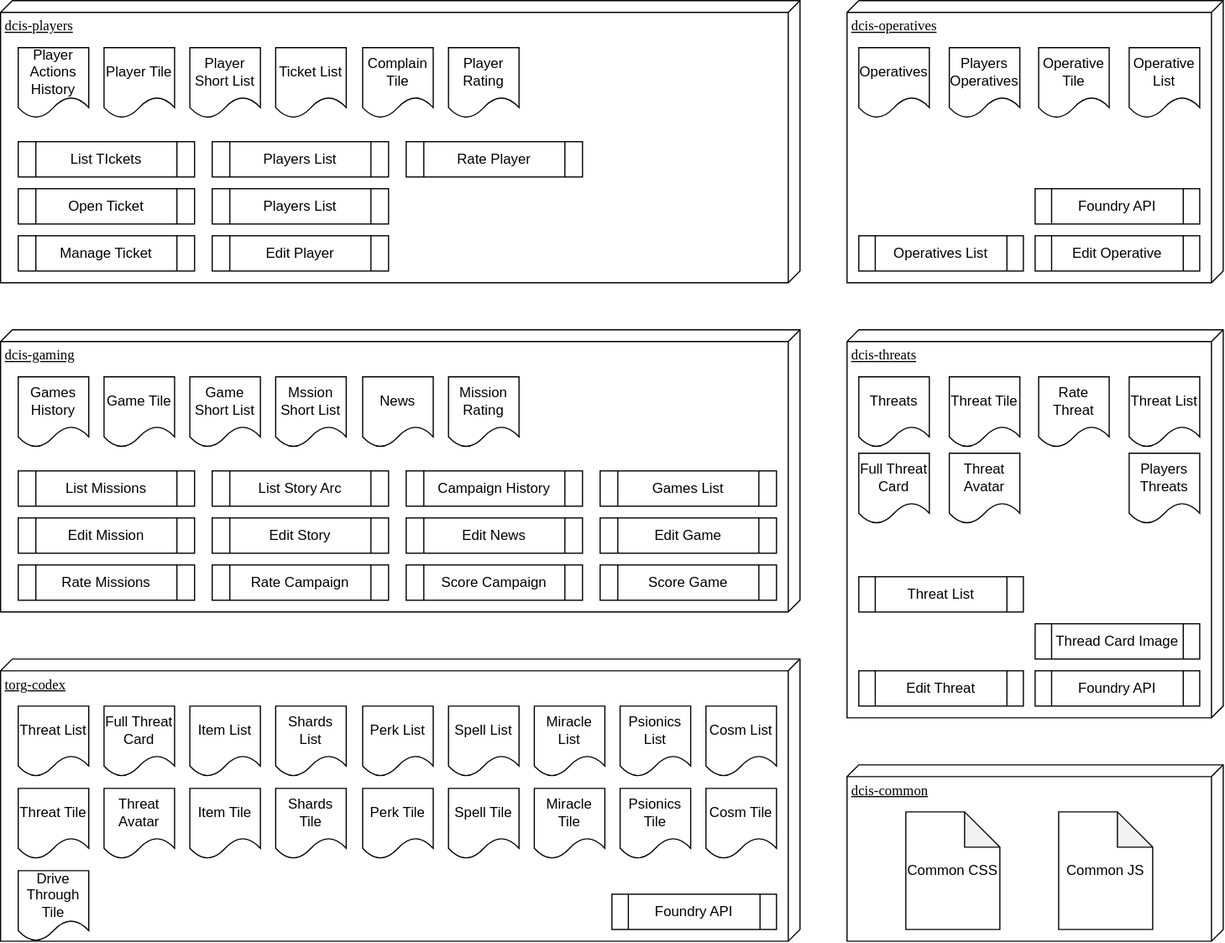
Paladins-Inn/torganized-play-architecture keeps this draw.io diagram as src/main/docs/images/dcis-overview.drawio.svg. Above is the earlier version. Source tidied: cells renumbered, new cells last; positions are measured from the earlier drawing's top-left corner, leaving out a move shared by most shapes.
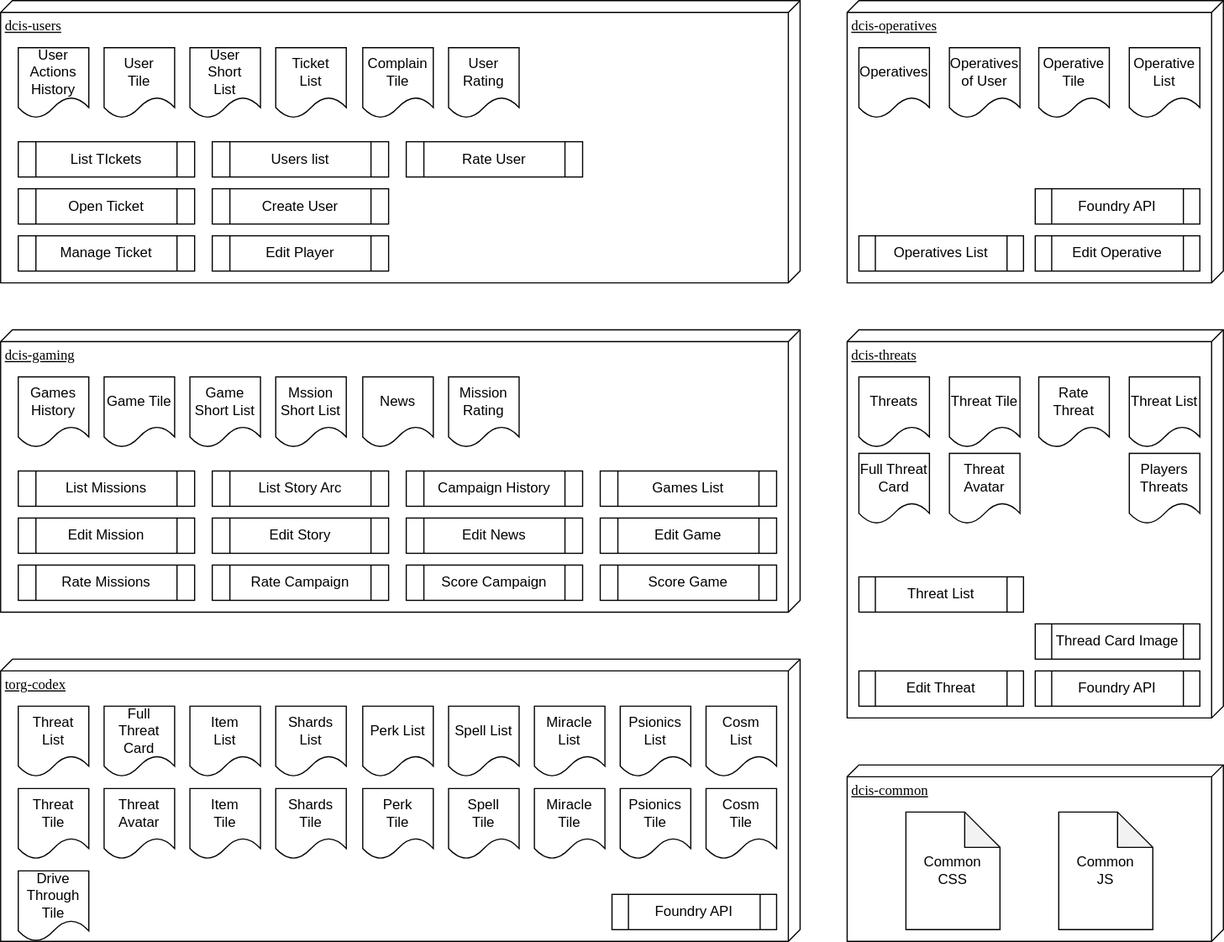
Above is the later version.

Diff of the diagram source:
```diff
@@ -5,7 +5,7 @@
     <mxCell id="2" value="dcis-common" style="verticalAlign=top;align=left;spacingTop=8;spacingLeft=2;spacingRight=12;shape=cube;size=10;direction=south;fontStyle=4;html=1;rounded=0;shadow=0;comic=0;labelBackgroundColor=none;strokeWidth=1;fontFamily=Verdana;fontSize=12;" parent="1" vertex="1">
       <mxGeometry x="720" y="650" width="320" height="150" as="geometry" />
     </mxCell>
-    <mxCell id="3" value="dcis-players" style="verticalAlign=top;align=left;spacingTop=8;spacingLeft=2;spacingRight=12;shape=cube;size=10;direction=south;fontStyle=4;html=1;rounded=0;shadow=0;comic=0;labelBackgroundColor=none;strokeWidth=1;fontFamily=Verdana;fontSize=12;" parent="1" vertex="1">
+    <mxCell id="3" value="dcis-users" style="verticalAlign=top;align=left;spacingTop=8;spacingLeft=2;spacingRight=12;shape=cube;size=10;direction=south;fontStyle=4;html=1;rounded=0;shadow=0;comic=0;labelBackgroundColor=none;strokeWidth=1;fontFamily=Verdana;fontSize=12;" parent="1" vertex="1">
       <mxGeometry width="680" height="240" as="geometry" />
     </mxCell>
     <mxCell id="4" value="dcis-operatives" style="verticalAlign=top;align=left;spacingTop=8;spacingLeft=2;spacingRight=12;shape=cube;size=10;direction=south;fontStyle=4;html=1;rounded=0;shadow=0;comic=0;labelBackgroundColor=none;strokeWidth=1;fontFamily=Verdana;fontSize=12;" parent="1" vertex="1">
@@ -20,34 +20,34 @@
     <mxCell id="7" value="&lt;div&gt;dcis-threats&lt;/div&gt;&lt;div&gt;&lt;br&gt;&lt;/div&gt;" style="verticalAlign=top;align=left;spacingTop=8;spacingLeft=2;spacingRight=12;shape=cube;size=10;direction=south;fontStyle=4;html=1;rounded=0;shadow=0;comic=0;labelBackgroundColor=none;strokeWidth=1;fontFamily=Verdana;fontSize=12;" parent="1" vertex="1">
       <mxGeometry x="720" y="280" width="320" height="330" as="geometry" />
     </mxCell>
-    <mxCell id="8" value="Common CSS" style="shape=note;whiteSpace=wrap;html=1;backgroundOutline=1;darkOpacity=0.05;" parent="1" vertex="1">
+    <mxCell id="8" value="Common&lt;div&gt;CSS&lt;/div&gt;" style="shape=note;whiteSpace=wrap;html=1;backgroundOutline=1;darkOpacity=0.05;" parent="1" vertex="1">
       <mxGeometry x="770" y="690" width="80" height="100" as="geometry" />
     </mxCell>
-    <mxCell id="9" value="Common JS" style="shape=note;whiteSpace=wrap;html=1;backgroundOutline=1;darkOpacity=0.05;" parent="1" vertex="1">
+    <mxCell id="9" value="Common&lt;div&gt;JS&lt;/div&gt;" style="shape=note;whiteSpace=wrap;html=1;backgroundOutline=1;darkOpacity=0.05;" parent="1" vertex="1">
       <mxGeometry x="900" y="690" width="80" height="100" as="geometry" />
     </mxCell>
-    <mxCell id="10" value="Player Actions History" style="shape=document;whiteSpace=wrap;html=1;boundedLbl=1;" parent="1" vertex="1">
+    <mxCell id="10" value="User Actions History" style="shape=document;whiteSpace=wrap;html=1;boundedLbl=1;" parent="1" vertex="1">
       <mxGeometry x="15" y="40" width="60" height="60" as="geometry" />
     </mxCell>
     <mxCell id="11" value="Operatives" style="shape=document;whiteSpace=wrap;html=1;boundedLbl=1;" parent="1" vertex="1">
       <mxGeometry x="730" y="40" width="60" height="60" as="geometry" />
     </mxCell>
-    <mxCell id="12" value="Players&lt;br&gt;Operatives" style="shape=document;whiteSpace=wrap;html=1;boundedLbl=1;" parent="1" vertex="1">
+    <mxCell id="12" value="Operatives&lt;div&gt;of User&lt;/div&gt;" style="shape=document;whiteSpace=wrap;html=1;boundedLbl=1;" parent="1" vertex="1">
       <mxGeometry x="807" y="40" width="60" height="60" as="geometry" />
     </mxCell>
-    <mxCell id="13" value="Operative Tile" style="shape=document;whiteSpace=wrap;html=1;boundedLbl=1;" parent="1" vertex="1">
+    <mxCell id="13" value="Operative&lt;div&gt;Tile&lt;/div&gt;" style="shape=document;whiteSpace=wrap;html=1;boundedLbl=1;" parent="1" vertex="1">
       <mxGeometry x="883" y="40" width="60" height="60" as="geometry" />
     </mxCell>
-    <mxCell id="14" value="Operative List" style="shape=document;whiteSpace=wrap;html=1;boundedLbl=1;" parent="1" vertex="1">
+    <mxCell id="14" value="Operative&lt;div&gt;List&lt;/div&gt;" style="shape=document;whiteSpace=wrap;html=1;boundedLbl=1;" parent="1" vertex="1">
       <mxGeometry x="960" y="40" width="60" height="60" as="geometry" />
     </mxCell>
-    <mxCell id="15" value="Player Tile" style="shape=document;whiteSpace=wrap;html=1;boundedLbl=1;" parent="1" vertex="1">
+    <mxCell id="15" value="User&lt;div&gt;Tile&lt;/div&gt;" style="shape=document;whiteSpace=wrap;html=1;boundedLbl=1;" parent="1" vertex="1">
       <mxGeometry x="88" y="40" width="60" height="60" as="geometry" />
     </mxCell>
-    <mxCell id="16" value="Player Short List" style="shape=document;whiteSpace=wrap;html=1;boundedLbl=1;" parent="1" vertex="1">
+    <mxCell id="16" value="User&lt;div&gt;&lt;span style=&quot;background-color: initial;&quot;&gt;Short&lt;/span&gt;&lt;/div&gt;&lt;div&gt;&lt;span style=&quot;background-color: initial;&quot;&gt;List&lt;/span&gt;&lt;/div&gt;" style="shape=document;whiteSpace=wrap;html=1;boundedLbl=1;" parent="1" vertex="1">
       <mxGeometry x="161" y="40" width="60" height="60" as="geometry" />
     </mxCell>
-    <mxCell id="17" value="Players List" style="shape=process;whiteSpace=wrap;html=1;backgroundOutline=1;" parent="1" vertex="1">
+    <mxCell id="17" value="Users list" style="shape=process;whiteSpace=wrap;html=1;backgroundOutline=1;" parent="1" vertex="1">
       <mxGeometry x="180" y="120" width="150" height="30" as="geometry" />
     </mxCell>
     <mxCell id="18" value="Operatives List" style="shape=process;whiteSpace=wrap;html=1;backgroundOutline=1;" parent="1" vertex="1">
@@ -110,7 +110,7 @@
     <mxCell id="37" value="Foundry API" style="shape=process;whiteSpace=wrap;html=1;backgroundOutline=1;" parent="1" vertex="1">
       <mxGeometry x="880" y="160" width="140" height="30" as="geometry" />
     </mxCell>
-    <mxCell id="38" value="Ticket List" style="shape=document;whiteSpace=wrap;html=1;boundedLbl=1;" parent="1" vertex="1">
+    <mxCell id="38" value="Ticket&lt;div&gt;List&lt;/div&gt;" style="shape=document;whiteSpace=wrap;html=1;boundedLbl=1;" parent="1" vertex="1">
       <mxGeometry x="234" y="40" width="60" height="60" as="geometry" />
     </mxCell>
     <mxCell id="39" value="Open Ticket&lt;span style=&quot;color: rgba(0, 0, 0, 0); font-family: monospace; font-size: 0px; text-align: start; text-wrap: nowrap;&quot;&gt;%3CmxGraphModel%3E%3Croot%3E%3CmxCell%20id%3D%220%22%2F%3E%3CmxCell%20id%3D%221%22%20parent%3D%220%22%2F%3E%3CmxCell%20id%3D%222%22%20value%3D%22Players%20List%22%20style%3D%22shape%3Dprocess%3BwhiteSpace%3Dwrap%3Bhtml%3D1%3BbackgroundOutline%3D1%3B%22%20vertex%3D%221%22%20parent%3D%221%22%3E%3CmxGeometry%20x%3D%22410%22%20y%3D%22240%22%20width%3D%22140%22%20height%3D%2230%22%20as%3D%22geometry%22%2F%3E%3C%2FmxCell%3E%3C%2Froot%3E%3C%2FmxGraphModel%3E&lt;/span&gt;" style="shape=process;whiteSpace=wrap;html=1;backgroundOutline=1;" parent="1" vertex="1">
@@ -146,16 +146,16 @@
     <mxCell id="49" value="Foundry API" style="shape=process;whiteSpace=wrap;html=1;backgroundOutline=1;" parent="1" vertex="1">
       <mxGeometry x="880" y="570" width="140" height="30" as="geometry" />
     </mxCell>
-    <mxCell id="50" value="Complain Tile" style="shape=document;whiteSpace=wrap;html=1;boundedLbl=1;" parent="1" vertex="1">
+    <mxCell id="50" value="Complain&lt;div&gt;Tile&lt;/div&gt;" style="shape=document;whiteSpace=wrap;html=1;boundedLbl=1;" parent="1" vertex="1">
       <mxGeometry x="308" y="40" width="60" height="60" as="geometry" />
     </mxCell>
     <mxCell id="51" value="List TIckets" style="shape=process;whiteSpace=wrap;html=1;backgroundOutline=1;" parent="1" vertex="1">
       <mxGeometry x="15" y="120" width="150" height="30" as="geometry" />
     </mxCell>
-    <mxCell id="52" value="Player Rating" style="shape=document;whiteSpace=wrap;html=1;boundedLbl=1;" parent="1" vertex="1">
+    <mxCell id="52" value="User&lt;div&gt;Rating&lt;/div&gt;" style="shape=document;whiteSpace=wrap;html=1;boundedLbl=1;" parent="1" vertex="1">
       <mxGeometry x="381" y="40" width="60" height="60" as="geometry" />
     </mxCell>
-    <mxCell id="53" value="Players List" style="shape=process;whiteSpace=wrap;html=1;backgroundOutline=1;" parent="1" vertex="1">
+    <mxCell id="53" value="Create User" style="shape=process;whiteSpace=wrap;html=1;backgroundOutline=1;" parent="1" vertex="1">
       <mxGeometry x="180" y="160" width="150" height="30" as="geometry" />
     </mxCell>
     <mxCell id="54" style="edgeStyle=orthogonalEdgeStyle;rounded=0;orthogonalLoop=1;jettySize=auto;html=1;exitX=0.5;exitY=1;exitDx=0;exitDy=0;" parent="1" edge="1" source="19" target="19">
@@ -164,67 +164,67 @@
     <mxCell id="55" value="Mission Rating" style="shape=document;whiteSpace=wrap;html=1;boundedLbl=1;" parent="1" vertex="1">
       <mxGeometry x="381" y="320" width="60" height="60" as="geometry" />
     </mxCell>
-    <mxCell id="56" value="Rate Player" style="shape=process;whiteSpace=wrap;html=1;backgroundOutline=1;" parent="1" vertex="1">
+    <mxCell id="56" value="Rate User" style="shape=process;whiteSpace=wrap;html=1;backgroundOutline=1;" parent="1" vertex="1">
       <mxGeometry x="345" y="120" width="150" height="30" as="geometry" />
     </mxCell>
     <mxCell id="57" value="Score Campaign" style="shape=process;whiteSpace=wrap;html=1;backgroundOutline=1;" parent="1" vertex="1">
       <mxGeometry x="345" y="480" width="150" height="30" as="geometry" />
     </mxCell>
-    <mxCell id="58" value="Threat Tile" style="shape=document;whiteSpace=wrap;html=1;boundedLbl=1;" parent="1" vertex="1">
+    <mxCell id="58" value="Threat&lt;div&gt;Tile&lt;/div&gt;" style="shape=document;whiteSpace=wrap;html=1;boundedLbl=1;" parent="1" vertex="1">
       <mxGeometry x="15" y="670" width="60" height="60" as="geometry" />
     </mxCell>
-    <mxCell id="59" value="Threat List" style="shape=document;whiteSpace=wrap;html=1;boundedLbl=1;" parent="1" vertex="1">
+    <mxCell id="59" value="Threat&lt;div&gt;List&lt;/div&gt;" style="shape=document;whiteSpace=wrap;html=1;boundedLbl=1;" parent="1" vertex="1">
       <mxGeometry x="15" y="600" width="60" height="60" as="geometry" />
     </mxCell>
-    <mxCell id="60" value="Full Threat Card" style="shape=document;whiteSpace=wrap;html=1;boundedLbl=1;" parent="1" vertex="1">
+    <mxCell id="60" value="Full&lt;div&gt;Threat&lt;/div&gt;&lt;div&gt;Card&lt;/div&gt;" style="shape=document;whiteSpace=wrap;html=1;boundedLbl=1;" parent="1" vertex="1">
       <mxGeometry x="88" y="600" width="60" height="60" as="geometry" />
     </mxCell>
-    <mxCell id="61" value="Threat Avatar" style="shape=document;whiteSpace=wrap;html=1;boundedLbl=1;" parent="1" vertex="1">
+    <mxCell id="61" value="Threat&lt;div&gt;Avatar&lt;/div&gt;" style="shape=document;whiteSpace=wrap;html=1;boundedLbl=1;" parent="1" vertex="1">
       <mxGeometry x="88" y="670" width="60" height="60" as="geometry" />
     </mxCell>
-    <mxCell id="62" value="Item Tile" style="shape=document;whiteSpace=wrap;html=1;boundedLbl=1;" parent="1" vertex="1">
+    <mxCell id="62" value="Item&lt;div&gt;Tile&lt;/div&gt;" style="shape=document;whiteSpace=wrap;html=1;boundedLbl=1;" parent="1" vertex="1">
       <mxGeometry x="161" y="670" width="60" height="60" as="geometry" />
     </mxCell>
-    <mxCell id="63" value="Item List" style="shape=document;whiteSpace=wrap;html=1;boundedLbl=1;" parent="1" vertex="1">
+    <mxCell id="63" value="Item&lt;div&gt;List&lt;/div&gt;" style="shape=document;whiteSpace=wrap;html=1;boundedLbl=1;" parent="1" vertex="1">
       <mxGeometry x="161" y="600" width="60" height="60" as="geometry" />
     </mxCell>
     <mxCell id="64" value="Spell List" style="shape=document;whiteSpace=wrap;html=1;boundedLbl=1;" parent="1" vertex="1">
       <mxGeometry x="381" y="600" width="60" height="60" as="geometry" />
     </mxCell>
-    <mxCell id="65" value="Spell Tile" style="shape=document;whiteSpace=wrap;html=1;boundedLbl=1;" parent="1" vertex="1">
+    <mxCell id="65" value="Spell&lt;div&gt;Tile&lt;/div&gt;" style="shape=document;whiteSpace=wrap;html=1;boundedLbl=1;" parent="1" vertex="1">
       <mxGeometry x="381" y="670" width="60" height="60" as="geometry" />
     </mxCell>
     <mxCell id="66" value="Perk&lt;span style=&quot;color: rgba(0, 0, 0, 0); font-family: monospace; font-size: 0px; text-align: start; text-wrap: nowrap;&quot;&gt;%3CmxGraphModel%3E%3Croot%3E%3CmxCell%20id%3D%220%22%2F%3E%3CmxCell%20id%3D%221%22%20parent%3D%220%22%2F%3E%3CmxCell%20id%3D%222%22%20value%3D%22Item%20List%22%20style%3D%22shape%3Ddocument%3BwhiteSpace%3Dwrap%3Bhtml%3D1%3BboundedLbl%3D1%3B%22%20vertex%3D%221%22%20parent%3D%221%22%3E%3CmxGeometry%20x%3D%22340%22%20y%3D%22640%22%20width%3D%2260%22%20height%3D%2260%22%20as%3D%22geometry%22%2F%3E%3C%2FmxCell%3E%3C%2Froot%3E%3C%2FmxGraphModel%3E&lt;/span&gt;&amp;nbsp;List" style="shape=document;whiteSpace=wrap;html=1;boundedLbl=1;" parent="1" vertex="1">
       <mxGeometry x="308" y="600" width="60" height="60" as="geometry" />
     </mxCell>
-    <mxCell id="67" value="Perk Tile" style="shape=document;whiteSpace=wrap;html=1;boundedLbl=1;" parent="1" vertex="1">
+    <mxCell id="67" value="Perk&lt;div&gt;Tile&lt;/div&gt;" style="shape=document;whiteSpace=wrap;html=1;boundedLbl=1;" parent="1" vertex="1">
       <mxGeometry x="308" y="670" width="60" height="60" as="geometry" />
     </mxCell>
-    <mxCell id="68" value="Miracle List" style="shape=document;whiteSpace=wrap;html=1;boundedLbl=1;" parent="1" vertex="1">
+    <mxCell id="68" value="Miracle&lt;div&gt;List&lt;/div&gt;" style="shape=document;whiteSpace=wrap;html=1;boundedLbl=1;" parent="1" vertex="1">
       <mxGeometry x="454" y="600" width="60" height="60" as="geometry" />
     </mxCell>
-    <mxCell id="69" value="Miracle Tile" style="shape=document;whiteSpace=wrap;html=1;boundedLbl=1;" parent="1" vertex="1">
+    <mxCell id="69" value="Miracle&lt;div&gt;Tile&lt;/div&gt;" style="shape=document;whiteSpace=wrap;html=1;boundedLbl=1;" parent="1" vertex="1">
       <mxGeometry x="454" y="670" width="60" height="60" as="geometry" />
     </mxCell>
-    <mxCell id="70" value="Psionics List" style="shape=document;whiteSpace=wrap;html=1;boundedLbl=1;" parent="1" vertex="1">
+    <mxCell id="70" value="Psionics&lt;div&gt;List&lt;/div&gt;" style="shape=document;whiteSpace=wrap;html=1;boundedLbl=1;" parent="1" vertex="1">
       <mxGeometry x="527" y="600" width="60" height="60" as="geometry" />
     </mxCell>
-    <mxCell id="71" value="Psionics Tile" style="shape=document;whiteSpace=wrap;html=1;boundedLbl=1;" parent="1" vertex="1">
+    <mxCell id="71" value="Psionics&lt;div&gt;Tile&lt;/div&gt;" style="shape=document;whiteSpace=wrap;html=1;boundedLbl=1;" parent="1" vertex="1">
       <mxGeometry x="527" y="670" width="60" height="60" as="geometry" />
     </mxCell>
     <mxCell id="72" value="Shards List" style="shape=document;whiteSpace=wrap;html=1;boundedLbl=1;" parent="1" vertex="1">
       <mxGeometry x="234" y="600" width="60" height="60" as="geometry" />
     </mxCell>
-    <mxCell id="73" value="Shards Tile" style="shape=document;whiteSpace=wrap;html=1;boundedLbl=1;" parent="1" vertex="1">
+    <mxCell id="73" value="Shards&lt;div&gt;Tile&lt;/div&gt;" style="shape=document;whiteSpace=wrap;html=1;boundedLbl=1;" parent="1" vertex="1">
       <mxGeometry x="234" y="670" width="60" height="60" as="geometry" />
     </mxCell>
-    <mxCell id="74" value="Cosm List" style="shape=document;whiteSpace=wrap;html=1;boundedLbl=1;" parent="1" vertex="1">
+    <mxCell id="74" value="Cosm&lt;div&gt;List&lt;/div&gt;" style="shape=document;whiteSpace=wrap;html=1;boundedLbl=1;" parent="1" vertex="1">
       <mxGeometry x="600" y="600" width="60" height="60" as="geometry" />
     </mxCell>
-    <mxCell id="75" value="Cosm Tile" style="shape=document;whiteSpace=wrap;html=1;boundedLbl=1;" parent="1" vertex="1">
+    <mxCell id="75" value="Cosm&lt;div&gt;Tile&lt;/div&gt;" style="shape=document;whiteSpace=wrap;html=1;boundedLbl=1;" parent="1" vertex="1">
       <mxGeometry x="600" y="670" width="60" height="60" as="geometry" />
     </mxCell>
-    <mxCell id="76" value="Drive Through Tile" style="shape=document;whiteSpace=wrap;html=1;boundedLbl=1;" parent="1" vertex="1">
+    <mxCell id="76" value="Drive&lt;div&gt;Through&lt;/div&gt;&lt;div&gt;Tile&lt;/div&gt;" style="shape=document;whiteSpace=wrap;html=1;boundedLbl=1;" parent="1" vertex="1">
       <mxGeometry x="15" y="740" width="60" height="60" as="geometry" />
     </mxCell>
     <mxCell id="77" value="Foundry API" style="shape=process;whiteSpace=wrap;html=1;backgroundOutline=1;" parent="1" vertex="1">
```
